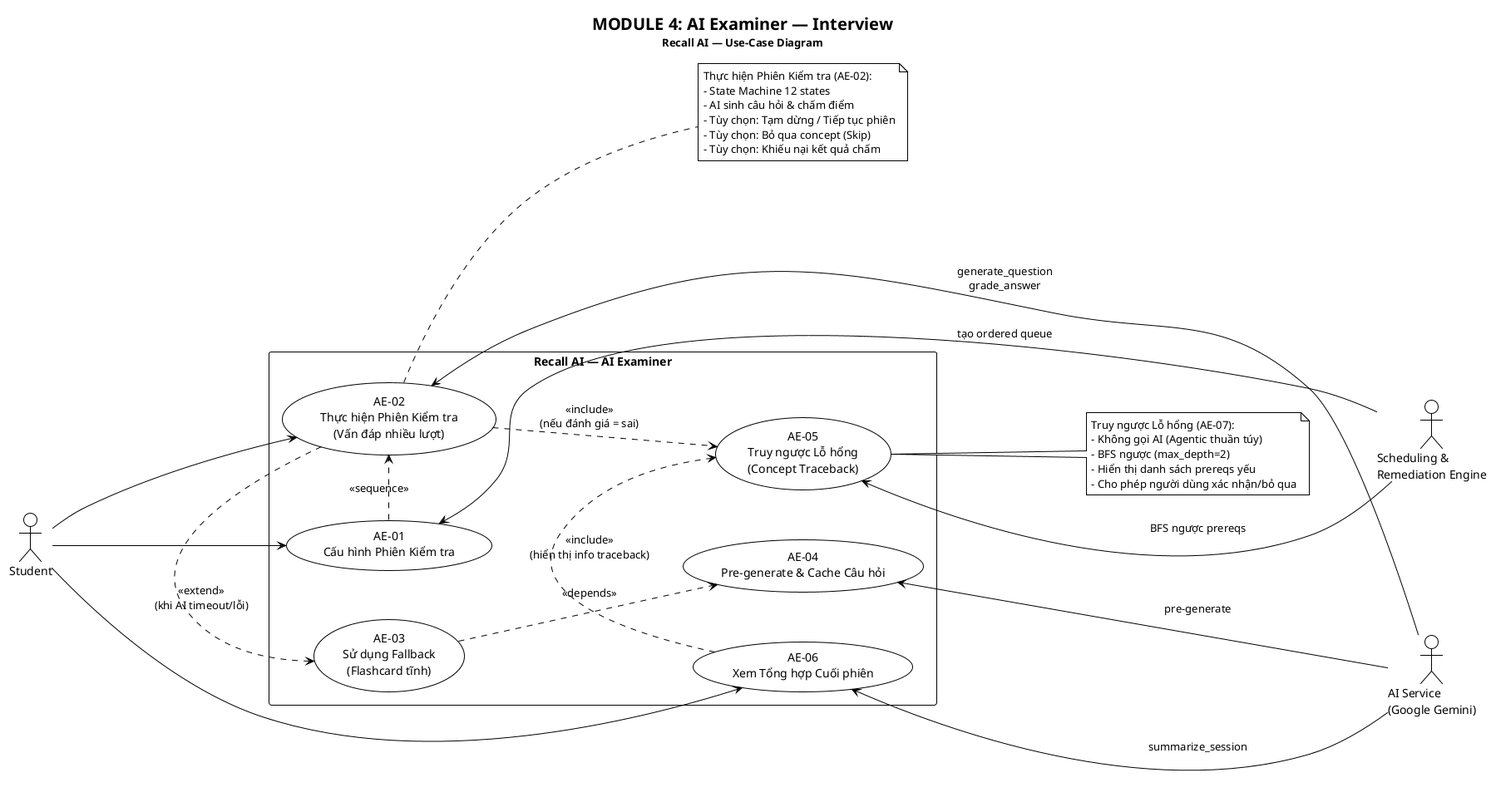
Before: pa/pa2/Use-case model/UC-04_AIExaminer.png, a diagram exported from PlantUML (Lade1q/planning-ai).
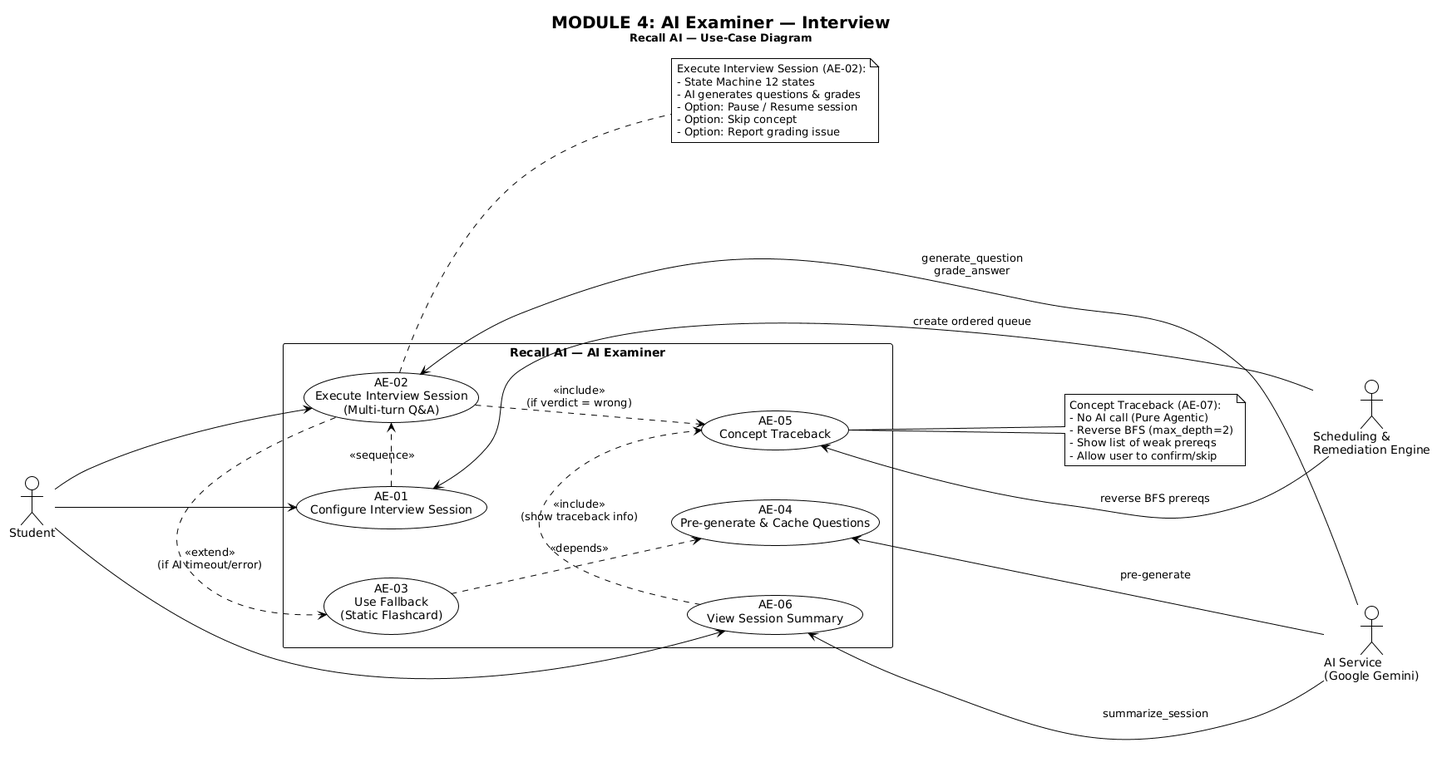
Later version of the same file.

The edit, as a diff of the source:
```diff
@@ -1,4 +1,4 @@
-@startuml UC-04_AIExaminer
+@startuml
 !theme plain
 skinparam shadowing false
 skinparam nodesep 60
@@ -55,17 +55,17 @@
 
 rectangle "Recall AI — AI Examiner" as SYS {
 
-  usecase "AE-01\nCấu hình Phiên Kiểm tra" as ae01
+  usecase "AE-01\nConfigure Interview Session" as ae01
 
-  usecase "AE-02\nThực hiện Phiên Kiểm tra\n(Vấn đáp nhiều lượt)" as ae02
+  usecase "AE-02\nExecute Interview Session\n(Multi-turn Q&A)" as ae02
 
-  usecase "AE-03\nSử dụng Fallback\n(Flashcard tĩnh)" as ae05
+  usecase "AE-03\nUse Fallback\n(Static Flashcard)" as ae05
 
-  usecase "AE-04\nPre-generate & Cache Câu hỏi" as ae06
+  usecase "AE-04\nPre-generate & Cache Questions" as ae06
 
-  usecase "AE-05\nTruy ngược Lỗ hổng\n(Concept Traceback)" as ae07
+  usecase "AE-05\nConcept Traceback" as ae07
 
-  usecase "AE-06\nXem Tổng hợp Cuối phiên" as ae09
+  usecase "AE-06\nView Session Summary" as ae09
 
 }
 
@@ -77,34 +77,33 @@
 ae06 <--- AI : pre-generate
 ae09 <--- AI : summarize_session
 
-ae01 <--- SRE : tạo ordered queue
-ae07 <--- SRE : BFS ngược prereqs
+ae01 <--- SRE : create ordered queue
+ae07 <--- SRE : reverse BFS prereqs
 
 ae01 .right.> ae02 : <<sequence>>
 
-ae02 .down.> ae07 : <<include>>\n(nếu đánh giá = sai)
-ae02 .right.> ae05 : <<extend>>\n(khi AI timeout/lỗi)
+ae02 .down.> ae07 : <<include>>\n(if verdict = wrong)
+ae02 .right.> ae05 : <<extend>>\n(if AI timeout/error)
 
-ae09 .right.> ae07 : <<include>>\n(hiển thị info traceback)
+ae09 .right.> ae07 : <<include>>\n(show traceback info)
 ae05 .down.> ae06 : <<depends>>
 
 note as n1
-  Thực hiện Phiên Kiểm tra (AE-02):
+  Execute Interview Session (AE-02):
   - State Machine 12 states
-  - AI sinh câu hỏi & chấm điểm
-  - Tùy chọn: Tạm dừng / Tiếp tục phiên
-  - Tùy chọn: Bỏ qua concept (Skip)
-  - Tùy chọn: Khiếu nại kết quả chấm
+  - AI generates questions & grades
+  - Option: Pause / Resume session
+  - Option: Skip concept
+  - Option: Report grading issue
 end note
 ae02 .. n1
 
 note as n2
-  Truy ngược Lỗ hổng (AE-07):
-  - Không gọi AI (Agentic thuần túy)
-  - BFS ngược (max_depth=2)
-  - Hiển thị danh sách prereqs yếu
-  - Cho phép người dùng xác nhận/bỏ qua
+  Concept Traceback (AE-07):
+  - No AI call (Pure Agentic)
+  - Reverse BFS (max_depth=2)
+  - Show list of weak prereqs
+  - Allow user to confirm/skip
 end note
 ae07 .. n2
-
 @enduml
```
